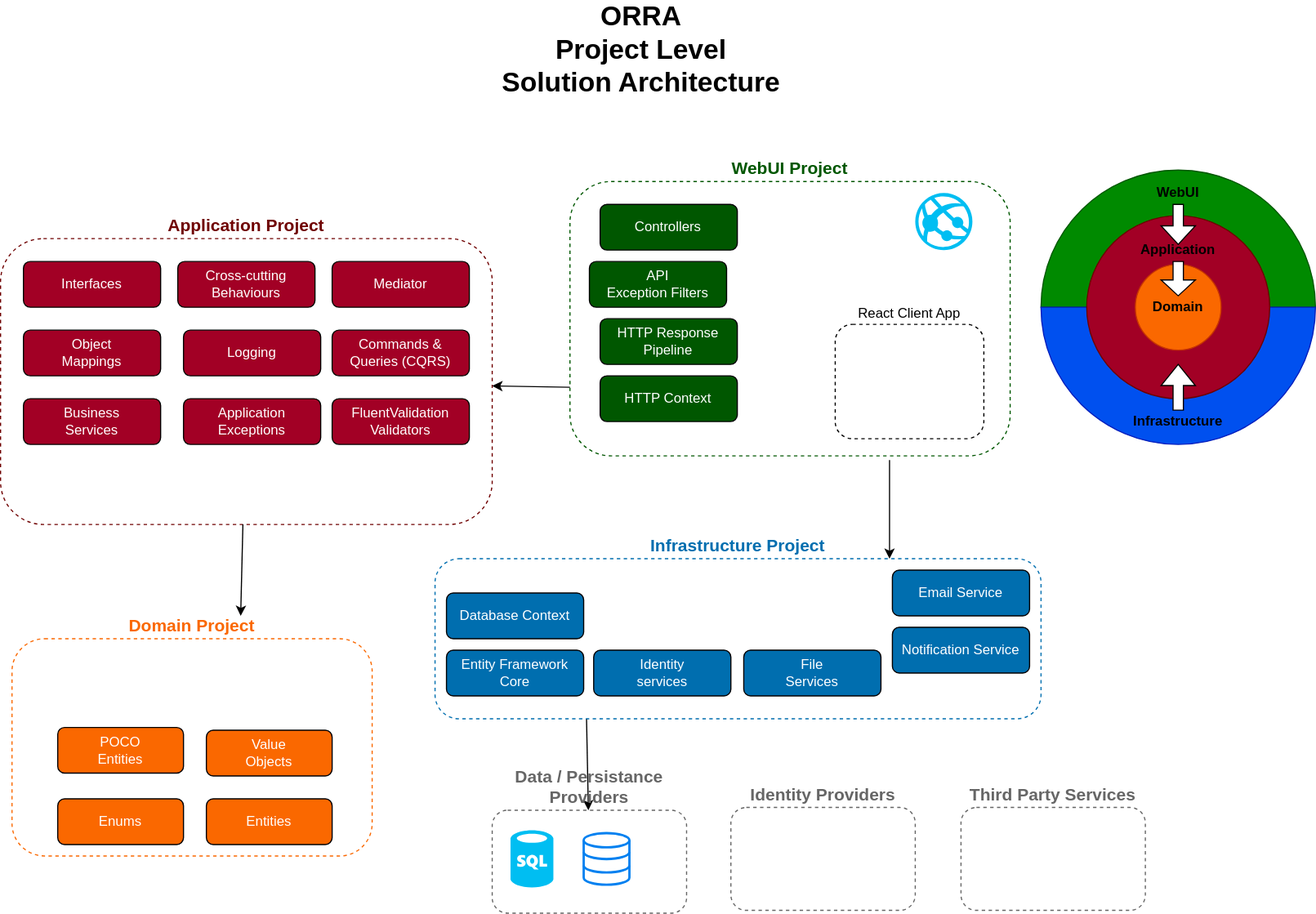
D-BowdreyR/ORRAS keeps this draw.io diagram as docs/technicaldocs/design/diagrams/Architecture/ProjectLevelOverview.drawio.svg. Above is the earlier version. Source tidied: cells renumbered, new cells last; positions are measured from the earlier drawing's top-left corner, leaving out a move shared by most shapes.
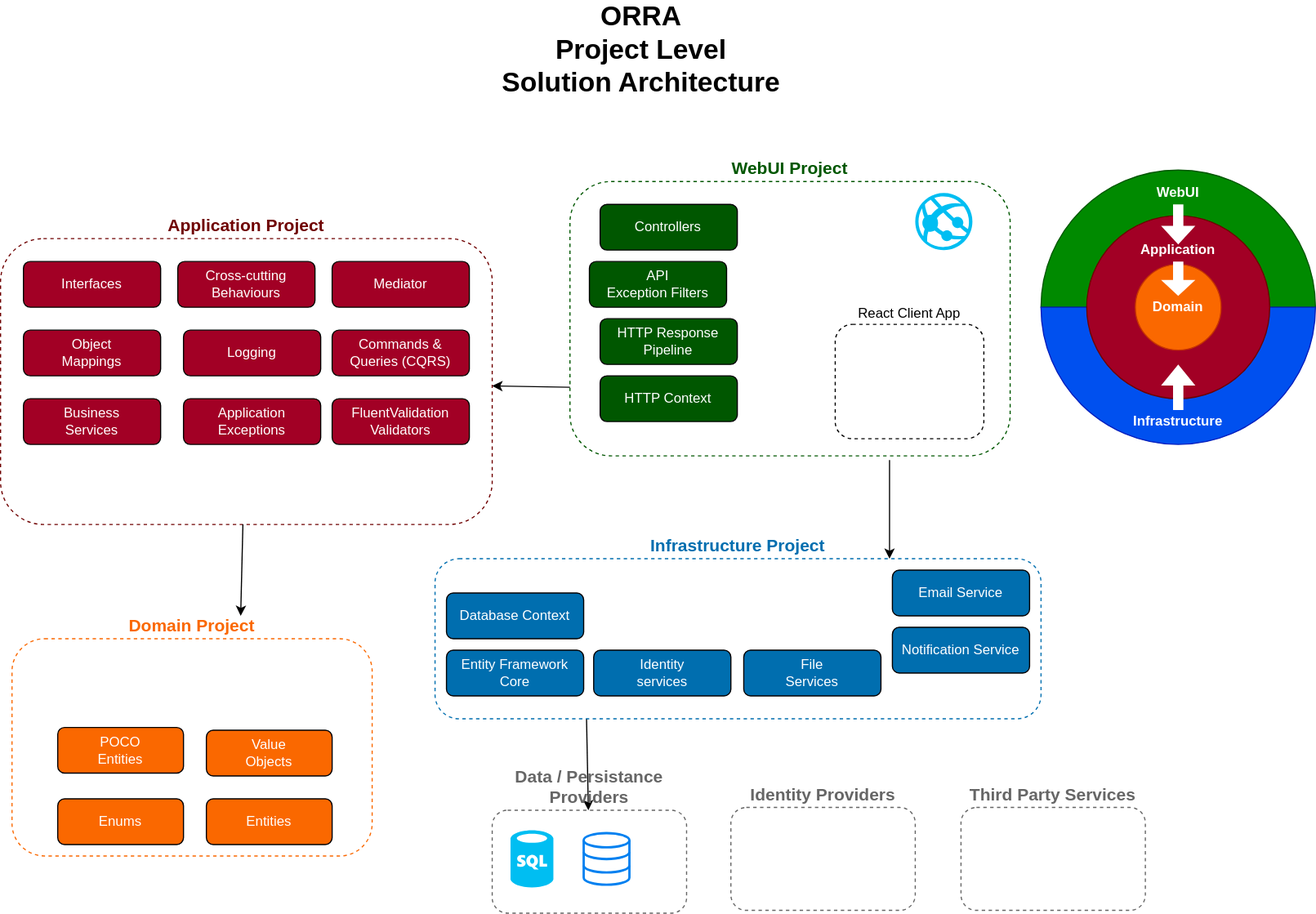
After the change.

Diff of the diagram source:
```diff
@@ -133,25 +133,25 @@
     <mxCell id="44" style="ellipse;whiteSpace=wrap;html=1;fillColor=#fa6800;strokeColor=#C73500;fontColor=#ffffff;" parent="1" vertex="1">
       <mxGeometry x="992.5" y="212.5" width="75" height="75" as="geometry" />
     </mxCell>
-    <mxCell id="45" value="WebUI" style="text;html=1;strokeColor=none;fillColor=none;align=center;verticalAlign=middle;whiteSpace=wrap;rounded=0;fontStyle=1;" parent="1" vertex="1">
+    <mxCell id="45" value="WebUI" style="text;html=1;strokeColor=none;fillColor=none;align=center;verticalAlign=middle;whiteSpace=wrap;rounded=0;fontStyle=1;fontColor=#FFFFFF;" parent="1" vertex="1">
       <mxGeometry x="1010" y="140" width="40" height="20" as="geometry" />
     </mxCell>
-    <mxCell id="46" value="Infrastructure" style="text;html=1;strokeColor=none;fillColor=none;align=center;verticalAlign=middle;whiteSpace=wrap;rounded=0;fontStyle=1;" parent="1" vertex="1">
+    <mxCell id="46" value="Infrastructure" style="text;html=1;strokeColor=none;fillColor=none;align=center;verticalAlign=middle;whiteSpace=wrap;rounded=0;fontStyle=1;fontColor=#FFFFFF;" parent="1" vertex="1">
       <mxGeometry x="1010" y="340" width="40" height="20" as="geometry" />
     </mxCell>
-    <mxCell id="47" value="Application" style="text;html=1;strokeColor=none;fillColor=none;align=center;verticalAlign=middle;whiteSpace=wrap;rounded=0;fontStyle=1;" parent="1" vertex="1">
+    <mxCell id="47" value="Application" style="text;html=1;strokeColor=none;fillColor=none;align=center;verticalAlign=middle;whiteSpace=wrap;rounded=0;fontStyle=1;fontColor=#FFFFFF;" parent="1" vertex="1">
       <mxGeometry x="1010" y="190" width="40" height="20" as="geometry" />
     </mxCell>
-    <mxCell id="48" value="Domain" style="text;html=1;strokeColor=none;fillColor=none;align=center;verticalAlign=middle;whiteSpace=wrap;rounded=0;fontStyle=1;" parent="1" vertex="1">
+    <mxCell id="48" value="Domain" style="text;html=1;strokeColor=none;fillColor=none;align=center;verticalAlign=middle;whiteSpace=wrap;rounded=0;fontStyle=1;fontColor=#FFFFFF;" parent="1" vertex="1">
       <mxGeometry x="1010" y="240" width="40" height="20" as="geometry" />
     </mxCell>
-    <mxCell id="49" style="shape=singleArrow;direction=north;whiteSpace=wrap;html=1;fillColor=#FFFFFF;arrowWidth=0.30116170247395835;arrowSize=0.461333007812497;" parent="1" vertex="1">
+    <mxCell id="49" style="shape=singleArrow;direction=north;whiteSpace=wrap;html=1;fillColor=#FFFFFF;arrowWidth=0.30116170247395835;arrowSize=0.461333007812497;strokeColor=none;" parent="1" vertex="1">
       <mxGeometry x="1015" y="300" width="30" height="40" as="geometry" />
     </mxCell>
-    <mxCell id="50" style="shape=singleArrow;direction=north;whiteSpace=wrap;html=1;fillColor=#FFFFFF;arrowWidth=0.30116170247395835;arrowSize=0.461333007812497;rotation=-180;" parent="1" vertex="1">
+    <mxCell id="50" style="shape=singleArrow;direction=north;whiteSpace=wrap;html=1;fillColor=#FFFFFF;arrowWidth=0.30116170247395835;arrowSize=0.461333007812497;rotation=-180;strokeColor=none;" parent="1" vertex="1">
       <mxGeometry x="1015" y="210" width="30" height="30" as="geometry" />
     </mxCell>
-    <mxCell id="51" style="shape=singleArrow;direction=north;whiteSpace=wrap;html=1;fillColor=#FFFFFF;arrowWidth=0.30116170247395835;arrowSize=0.461333007812497;rotation=-180;" parent="1" vertex="1">
+    <mxCell id="51" style="shape=singleArrow;direction=north;whiteSpace=wrap;html=1;fillColor=#FFFFFF;arrowWidth=0.30116170247395835;arrowSize=0.461333007812497;rotation=-180;strokeColor=none;" parent="1" vertex="1">
       <mxGeometry x="1015" y="160" width="30" height="35" as="geometry" />
     </mxCell>
   </root>
```
